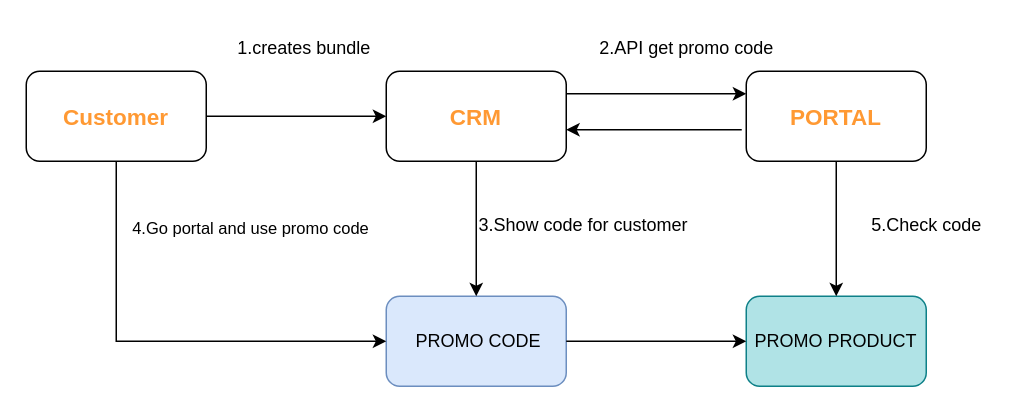
The draw.io diagram 未命名绘图.drawio in xinyi852/demo, before the edit. Source tidied: cells renumbered, new cells numbered last; positions are measured from the earlier drawing's top-left corner, leaving out a move shared by most shapes. Both pictures are drawn from the tidied source at 150%, with x=0, y=0 at pixel (26, 26).
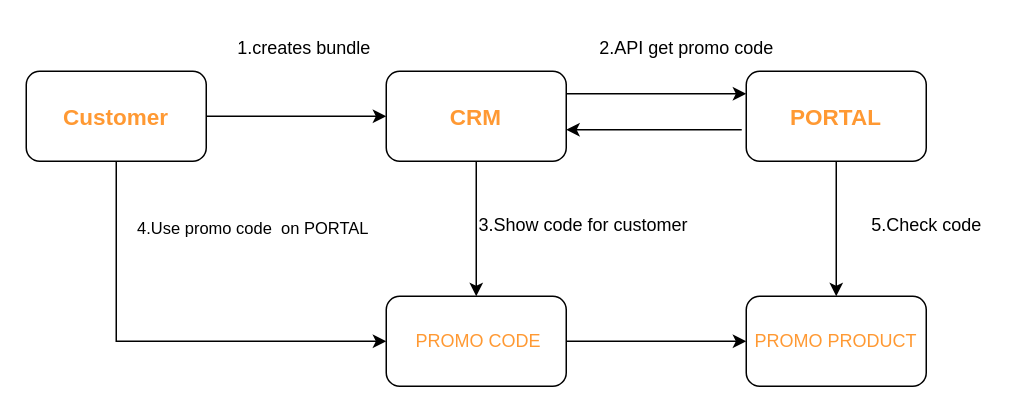
After the change.

Unchanged cells that the change refers to:
```xml
<mxCell id="11" style="endArrow=classic;html=1;rounded=0;entryX=0;entryY=0.5;entryDx=0;entryDy=0;exitX=0.5;exitY=1;exitDx=0;exitDy=0;" parent="1" edge="1" source="2" target="8">
  <mxGeometry relative="1" as="geometry">
    <Array as="points">
      <mxPoint x="60" y="210" />
    </Array>
  </mxGeometry>
</mxCell>
```

Diff of the diagram source:
```diff
@@
-    <mxCell id="8" value="&amp;nbsp;PROMO CODE" style="rounded=1;whiteSpace=wrap;html=1;fillColor=#dae8fc;strokeColor=#6c8ebf;" parent="1" vertex="1">
+    <mxCell id="8" value="&lt;font color=&quot;#ff9933&quot;&gt;&amp;nbsp;PROMO CODE&lt;/font&gt;" style="rounded=1;whiteSpace=wrap;html=1;" parent="1" vertex="1">
       <mxGeometry x="240" y="180" width="120" height="60" as="geometry" />
     </mxCell>
@@
-    <mxCell id="12" value="4.Go portal and use promo code&amp;nbsp;" style="edgeLabel;html=1;align=center;verticalAlign=middle;" parent="11" vertex="1">
+    <mxCell id="12" value="4.Use promo code&amp;nbsp; on PORTAL" style="edgeLabel;html=1;align=center;verticalAlign=middle;" parent="11" vertex="1">
       <mxGeometry x="-0.61" y="4" relative="1" as="geometry">
         <mxPoint x="86" y="-15" as="offset" />
       </mxGeometry>
     </mxCell>
-    <mxCell id="13" value="PROMO PRODUCT" style="rounded=1;whiteSpace=wrap;html=1;fillColor=#b0e3e6;strokeColor=#0e8088;" parent="1" vertex="1">
+    <mxCell id="13" value="&lt;font color=&quot;#ff9933&quot;&gt;PROMO PRODUCT&lt;/font&gt;" style="rounded=1;whiteSpace=wrap;html=1;" parent="1" vertex="1">
       <mxGeometry x="480" y="180" width="120" height="60" as="geometry" />
     </mxCell>
```
